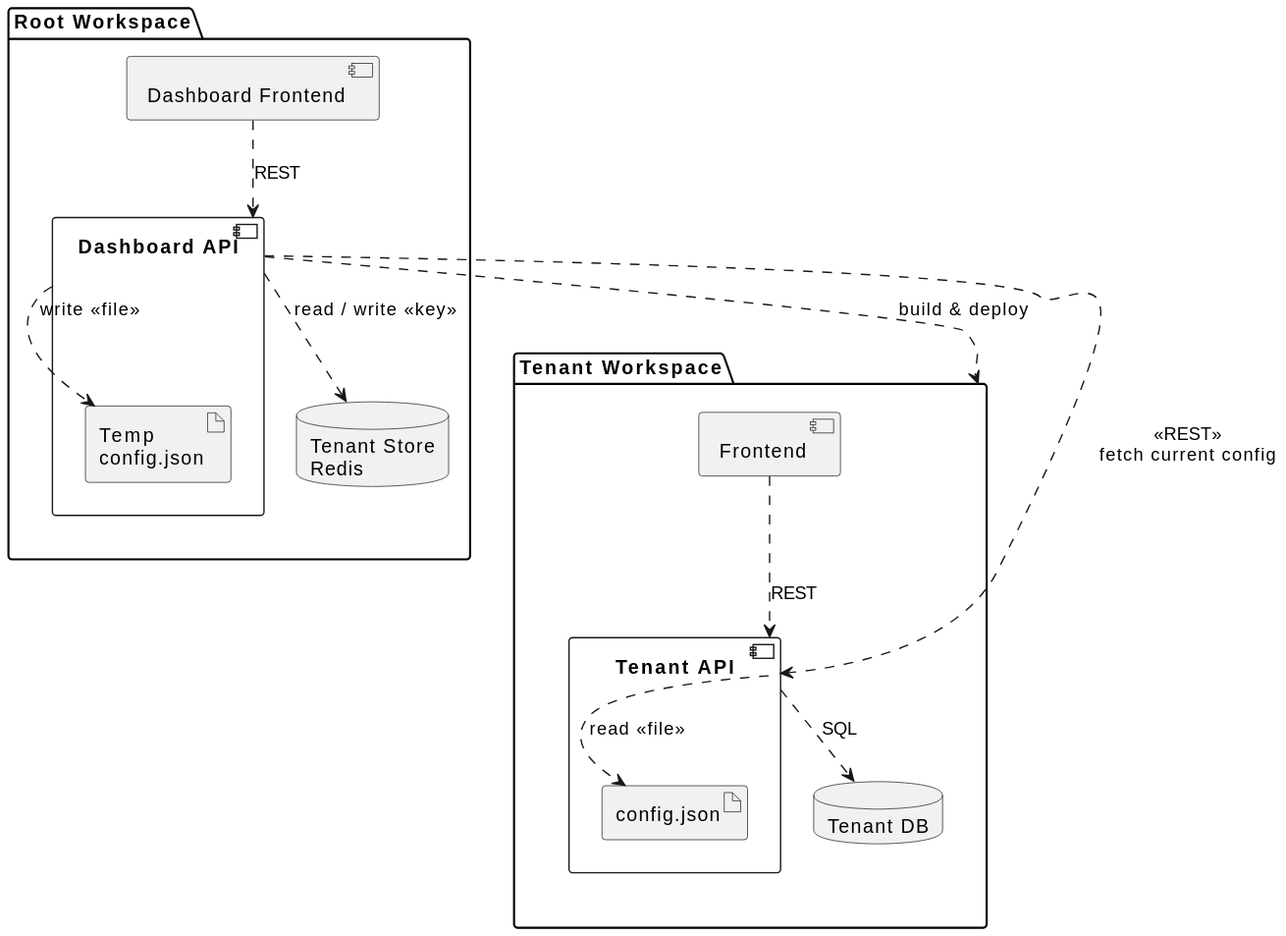
Earlier version of the PlantUML export images/WorkspaceArchitecture.svg (MysterionAutotronic/BachelorThesis).
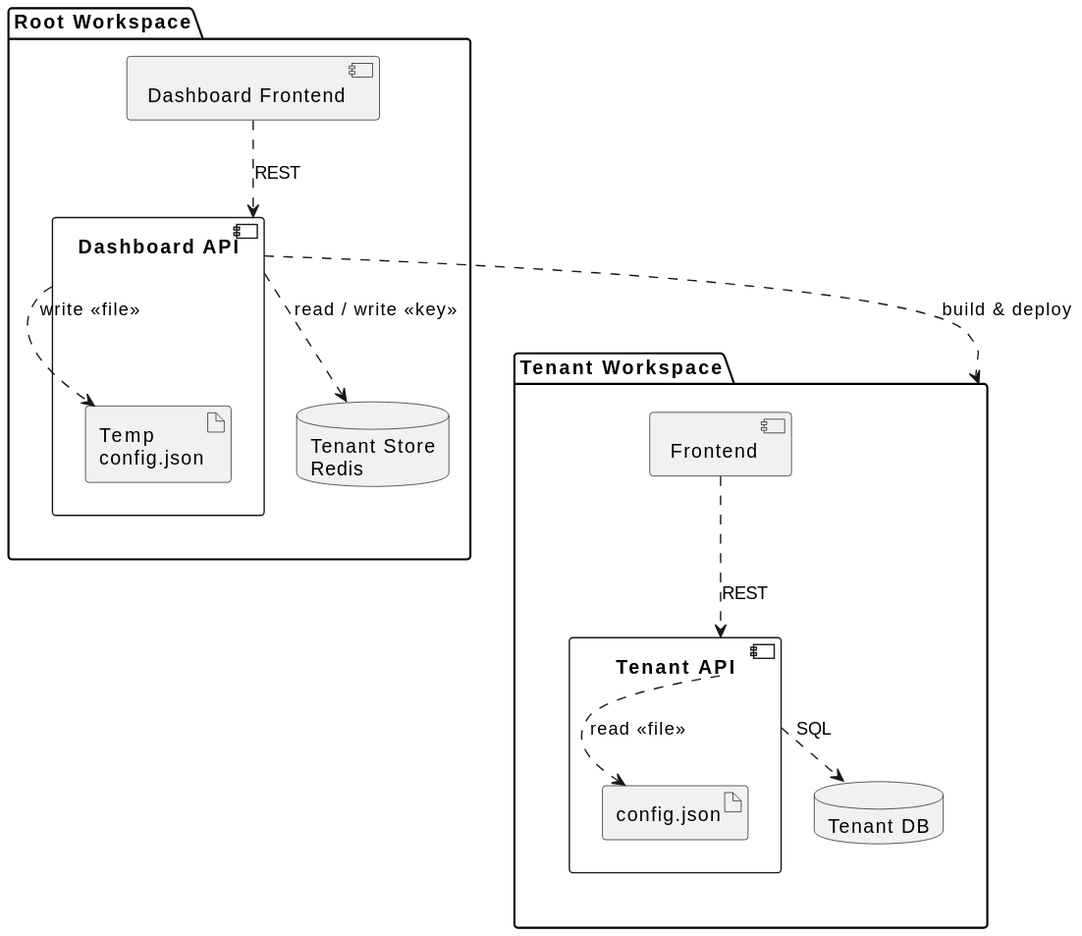
After the change.

Commit message:
refactor architecture diagram

Diff of the diagram source:
```diff
@@ -25,6 +25,5 @@
   DAPI ..> REDIS: read / write «key»
 }
 
-DAPI ..> TAPI : «REST»\nfetch current config
 DAPI ..> "Tenant Workspace" : «build & deploy»
 @enduml
```
